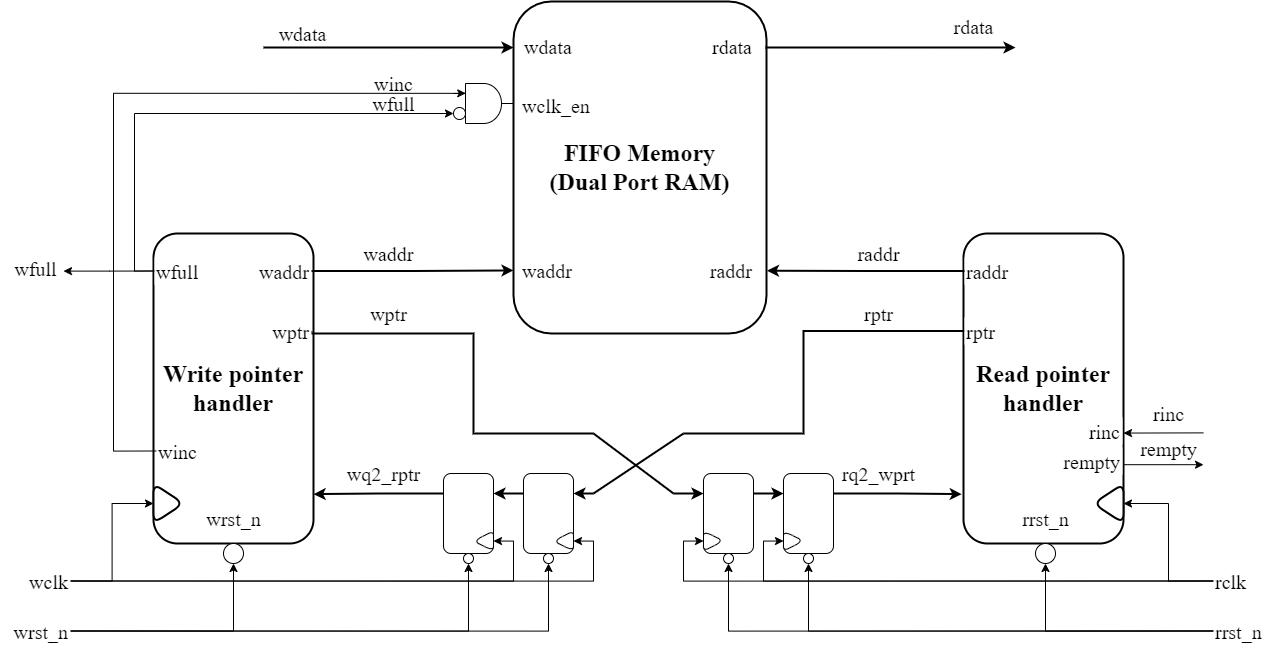
SaumyaMohapatra/Async_FIFO_Design keeps this draw.io diagram as Assets/Async_FIFO.png. Above is the earlier version. Source tidied: cells renumbered, new cells last; positions are measured from the earlier drawing's top-left corner, leaving out a move shared by most shapes.
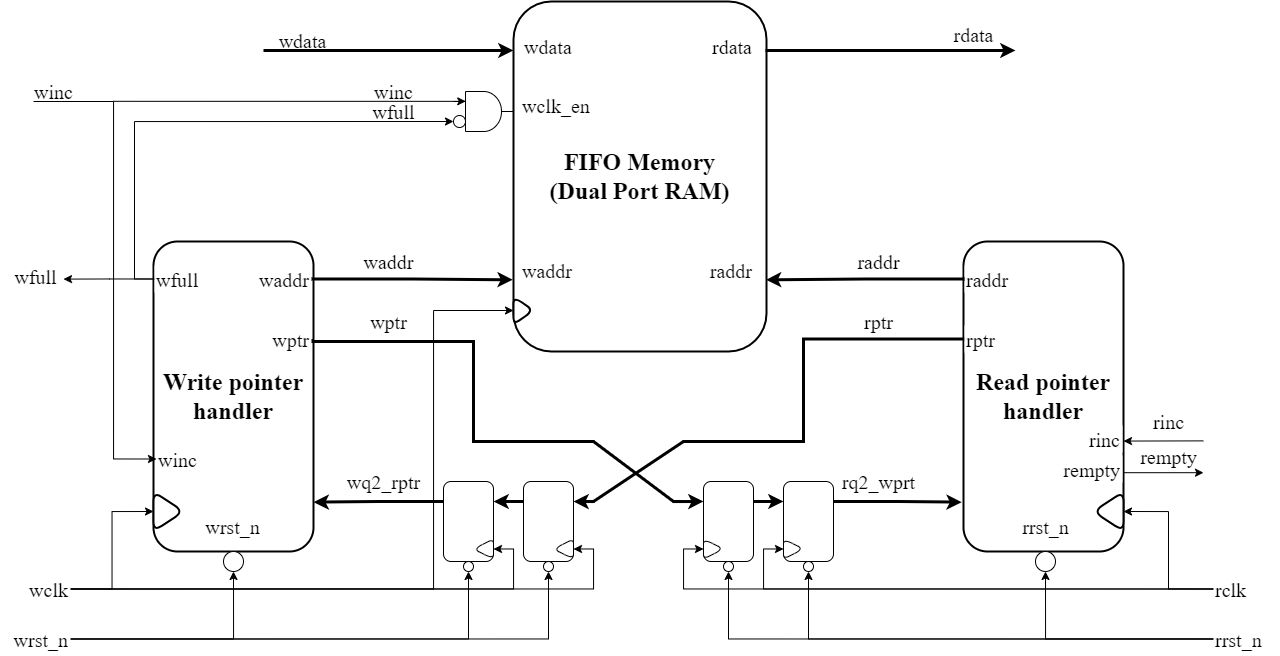
The same diagram one commit later.

Change to the diagram source:
```diff
@@ -6,10 +6,10 @@
       <mxGeometry x="963" y="232" width="160" height="310" as="geometry" />
     </mxCell>
     <mxCell id="3" style="group;" parent="1" vertex="1">
-      <mxGeometry x="513" width="253" height="332" as="geometry" />
+      <mxGeometry x="513" y="-8" width="253" height="350" as="geometry" />
     </mxCell>
     <mxCell id="4" value="FIFO Memory&lt;div&gt;(Dual Port RAM)&lt;/div&gt;" style="rounded=1;whiteSpace=wrap;html=1;fontFamily=Times New Roman;fontSize=24;fontStyle=1;strokeWidth=2;" parent="3" vertex="1">
-      <mxGeometry width="253" height="332" as="geometry" />
+      <mxGeometry width="253" height="350" as="geometry" />
     </mxCell>
     <mxCell id="5" value="wdata" style="rounded=1;whiteSpace=wrap;html=1;strokeColor=none;align=left;verticalAlign=middle;fontFamily=Times New Roman;fontSize=20;fontColor=default;fillColor=default;strokeWidth=0;" parent="3" vertex="1">
       <mxGeometry x="9" y="27" width="67" height="35" as="geometry" />
@@ -26,16 +26,16 @@
     <mxCell id="9" value="raddr" style="rounded=1;whiteSpace=wrap;html=1;strokeColor=none;align=right;verticalAlign=middle;fontFamily=Times New Roman;fontSize=20;fontColor=default;fillColor=default;strokeWidth=0;" parent="3" vertex="1">
       <mxGeometry x="174" y="251" width="67" height="35" as="geometry" />
     </mxCell>
+    <mxCell id="93" style="triangle;whiteSpace=wrap;html=1;rounded=1;strokeColor=default;align=center;verticalAlign=middle;fontFamily=Times New Roman;fontSize=12;fontColor=default;fillColor=default;rotation=0;strokeWidth=2;" parent="3" vertex="1">
+      <mxGeometry y="295" width="20" height="28" as="geometry" />
+    </mxCell>
     <mxCell id="10" style="triangle;whiteSpace=wrap;html=1;rounded=1;strokeColor=default;align=center;verticalAlign=middle;fontFamily=Times New Roman;fontSize=12;fontColor=default;fillColor=default;rotation=-180;strokeWidth=2;" parent="1" vertex="1">
       <mxGeometry x="1093" y="482" width="30" height="40" as="geometry" />
     </mxCell>
     <mxCell id="11" value="raddr" style="rounded=1;whiteSpace=wrap;html=1;strokeColor=none;align=left;verticalAlign=middle;fontFamily=Times New Roman;fontSize=20;fontColor=default;fillColor=default;strokeWidth=0;" parent="1" vertex="1">
       <mxGeometry x="964" y="252" width="67" height="35" as="geometry" />
     </mxCell>
-    <mxCell id="12" style="edgeStyle=orthogonalEdgeStyle;rounded=0;jettySize=auto;html=1;exitX=0;exitY=0.5;exitDx=0;exitDy=0;entryX=1.002;entryY=0.811;entryDx=0;entryDy=0;entryPerimeter=0;fontFamily=Times New Roman;fontSize=12;fontColor=default;endSize=6;strokeWidth=2;" parent="1" edge="1" source="11" target="4">
-      <mxGeometry relative="1" as="geometry" />
-    </mxCell>
-    <mxCell id="13" style="edgeStyle=orthogonalEdgeStyle;rounded=0;jettySize=auto;html=1;exitX=0;exitY=0.5;exitDx=0;exitDy=0;fontFamily=Times New Roman;fontSize=12;fontColor=default;endArrow=none;endFill=0;strokeWidth=2;" parent="1" edge="1" source="14">
+    <mxCell id="13" style="edgeStyle=orthogonalEdgeStyle;rounded=0;jettySize=auto;html=1;exitX=0;exitY=0.5;exitDx=0;exitDy=0;fontFamily=Times New Roman;fontSize=12;fontColor=default;endArrow=none;endFill=0;strokeWidth=3;" parent="1" edge="1" source="14">
       <mxGeometry relative="1" as="geometry">
         <mxPoint x="683" y="432" as="targetPoint" />
         <Array as="points">
@@ -68,7 +68,7 @@
     <mxCell id="21" style="group;" parent="17" vertex="1">
       <mxGeometry x="80" width="50" height="80" as="geometry" />
     </mxCell>
-    <mxCell id="22" style="edgeStyle=orthogonalEdgeStyle;rounded=0;jettySize=auto;html=1;exitX=1;exitY=0.25;exitDx=0;exitDy=0;fontFamily=Times New Roman;fontSize=12;fontColor=default;endArrow=none;endFill=0;startArrow=classic;startFill=1;strokeWidth=2;" parent="21" edge="1" source="23">
+    <mxCell id="22" style="edgeStyle=orthogonalEdgeStyle;rounded=0;jettySize=auto;html=1;exitX=1;exitY=0.25;exitDx=0;exitDy=0;fontFamily=Times New Roman;fontSize=12;fontColor=default;endArrow=none;endFill=0;startArrow=classic;startFill=1;strokeWidth=3;" parent="21" edge="1" source="23">
       <mxGeometry relative="1" as="geometry">
         <mxPoint x="70" y="19.7" as="targetPoint" />
       </mxGeometry>
@@ -79,7 +79,7 @@
     <mxCell id="24" style="triangle;whiteSpace=wrap;html=1;rounded=1;strokeColor=default;align=center;verticalAlign=middle;fontFamily=Times New Roman;fontSize=12;fontColor=default;fillColor=default;rotation=-180;" parent="21" vertex="1">
       <mxGeometry x="30" y="57.5" width="20" height="20" as="geometry" />
     </mxCell>
-    <mxCell id="25" style="edgeStyle=orthogonalEdgeStyle;rounded=0;jettySize=auto;html=1;exitX=0;exitY=0.25;exitDx=0;exitDy=0;entryX=1;entryY=0.25;entryDx=0;entryDy=0;fontFamily=Times New Roman;fontSize=12;fontColor=default;strokeWidth=2;" parent="17" edge="1" source="23" target="19">
+    <mxCell id="25" style="edgeStyle=orthogonalEdgeStyle;rounded=0;jettySize=auto;html=1;exitX=0;exitY=0.25;exitDx=0;exitDy=0;entryX=1;entryY=0.25;entryDx=0;entryDy=0;fontFamily=Times New Roman;fontSize=12;fontColor=default;strokeWidth=3;" parent="17" edge="1" source="23" target="19">
       <mxGeometry relative="1" as="geometry" />
     </mxCell>
     <mxCell id="26" style="ellipse;whiteSpace=wrap;html=1;rounded=1;strokeColor=default;align=center;verticalAlign=middle;fontFamily=Times New Roman;fontSize=12;fontColor=default;fillColor=default;" parent="17" vertex="1">
@@ -94,7 +94,7 @@
     <mxCell id="29" style="group;" parent="28" vertex="1">
       <mxGeometry width="50" height="80" as="geometry" />
     </mxCell>
-    <mxCell id="30" style="edgeStyle=orthogonalEdgeStyle;rounded=0;jettySize=auto;html=1;exitX=0;exitY=0.25;exitDx=0;exitDy=0;fontFamily=Times New Roman;fontSize=12;fontColor=default;startArrow=classic;startFill=1;endArrow=none;endFill=0;strokeWidth=2;" parent="29" edge="1" source="31">
+    <mxCell id="30" style="edgeStyle=orthogonalEdgeStyle;rounded=0;jettySize=auto;html=1;exitX=0;exitY=0.25;exitDx=0;exitDy=0;fontFamily=Times New Roman;fontSize=12;fontColor=default;startArrow=classic;startFill=1;endArrow=none;endFill=0;strokeWidth=3;" parent="29" edge="1" source="31">
       <mxGeometry relative="1" as="geometry">
         <mxPoint x="-30" y="19.7" as="targetPoint" />
       </mxGeometry>
@@ -114,7 +114,7 @@
     <mxCell id="35" style="triangle;whiteSpace=wrap;html=1;rounded=1;strokeColor=default;align=center;verticalAlign=middle;fontFamily=Times New Roman;fontSize=12;fontColor=default;fillColor=default;rotation=0;" parent="33" vertex="1">
       <mxGeometry y="57.5" width="20" height="20" as="geometry" />
     </mxCell>
-    <mxCell id="36" style="edgeStyle=orthogonalEdgeStyle;rounded=0;jettySize=auto;html=1;exitX=0;exitY=0.25;exitDx=0;exitDy=0;entryX=1;entryY=0.25;entryDx=0;entryDy=0;fontFamily=Times New Roman;fontSize=12;fontColor=default;startArrow=classic;startFill=1;endArrow=none;endFill=0;strokeWidth=2;" parent="28" edge="1" source="34" target="31">
+    <mxCell id="36" style="edgeStyle=orthogonalEdgeStyle;rounded=0;jettySize=auto;html=1;exitX=0;exitY=0.25;exitDx=0;exitDy=0;entryX=1;entryY=0.25;entryDx=0;entryDy=0;fontFamily=Times New Roman;fontSize=12;fontColor=default;startArrow=classic;startFill=1;endArrow=none;endFill=0;strokeWidth=3;" parent="28" edge="1" source="34" target="31">
       <mxGeometry relative="1" as="geometry" />
     </mxCell>
     <mxCell id="37" style="ellipse;whiteSpace=wrap;html=1;rounded=1;strokeColor=default;align=center;verticalAlign=middle;fontFamily=Times New Roman;fontSize=12;fontColor=default;fillColor=default;" parent="28" vertex="1">
@@ -129,10 +129,7 @@
     <mxCell id="40" value="waddr" style="rounded=1;whiteSpace=wrap;html=1;strokeColor=none;align=right;verticalAlign=middle;fontFamily=Times New Roman;fontSize=20;fontColor=default;fillColor=default;strokeWidth=0;" parent="1" vertex="1">
       <mxGeometry x="244" y="252" width="67" height="35" as="geometry" />
     </mxCell>
-    <mxCell id="41" style="edgeStyle=orthogonalEdgeStyle;rounded=0;jettySize=auto;html=1;exitX=1;exitY=0.5;exitDx=0;exitDy=0;entryX=0;entryY=0.81;entryDx=0;entryDy=0;entryPerimeter=0;fontFamily=Times New Roman;fontSize=12;fontColor=default;strokeWidth=2;" parent="1" edge="1" source="40" target="4">
-      <mxGeometry relative="1" as="geometry" />
-    </mxCell>
-    <mxCell id="42" style="edgeStyle=orthogonalEdgeStyle;rounded=0;jettySize=auto;html=1;exitX=1;exitY=0.5;exitDx=0;exitDy=0;fontFamily=Times New Roman;fontSize=12;fontColor=default;endArrow=none;endFill=0;strokeWidth=2;" parent="1" edge="1" source="43">
+    <mxCell id="42" style="edgeStyle=orthogonalEdgeStyle;rounded=0;jettySize=auto;html=1;exitX=1;exitY=0.5;exitDx=0;exitDy=0;fontFamily=Times New Roman;fontSize=12;fontColor=default;endArrow=none;endFill=0;strokeWidth=3;" parent="1" edge="1" source="43">
       <mxGeometry relative="1" as="geometry">
         <mxPoint x="593" y="432" as="targetPoint" />
         <Array as="points">
@@ -151,22 +148,22 @@
     <mxCell id="45" style="ellipse;whiteSpace=wrap;html=1;rounded=1;strokeColor=default;align=center;verticalAlign=middle;fontFamily=Times New Roman;fontSize=12;fontColor=default;fillColor=default;" parent="1" vertex="1">
       <mxGeometry x="453" y="106" width="12" height="12" as="geometry" />
     </mxCell>
-    <mxCell id="46" style="endArrow=none;html=1;rounded=0;fontFamily=Times New Roman;fontSize=12;fontColor=default;strokeWidth=2;" parent="1" edge="1">
+    <mxCell id="46" style="endArrow=none;html=1;rounded=0;fontFamily=Times New Roman;fontSize=12;fontColor=default;strokeWidth=3;" parent="1" edge="1">
       <mxGeometry relative="1" as="geometry">
         <mxPoint x="673" y="492" as="sourcePoint" />
         <mxPoint x="593" y="432" as="targetPoint" />
       </mxGeometry>
     </mxCell>
-    <mxCell id="47" style="endArrow=none;html=1;rounded=0;fontFamily=Times New Roman;fontSize=12;fontColor=default;strokeWidth=2;" parent="1" edge="1">
+    <mxCell id="47" style="endArrow=none;html=1;rounded=0;fontFamily=Times New Roman;fontSize=12;fontColor=default;strokeWidth=3;" parent="1" edge="1">
       <mxGeometry relative="1" as="geometry">
         <mxPoint x="593" y="492" as="sourcePoint" />
         <mxPoint x="683" y="432" as="targetPoint" />
       </mxGeometry>
     </mxCell>
-    <mxCell id="48" style="edgeStyle=orthogonalEdgeStyle;rounded=0;jettySize=auto;html=1;exitX=0;exitY=0.25;exitDx=0;exitDy=0;entryX=1.001;entryY=0.841;entryDx=0;entryDy=0;entryPerimeter=0;fontFamily=Times New Roman;fontSize=12;fontColor=default;strokeWidth=2;" parent="1" edge="1" source="19" target="39">
+    <mxCell id="48" style="edgeStyle=orthogonalEdgeStyle;rounded=0;jettySize=auto;html=1;exitX=0;exitY=0.25;exitDx=0;exitDy=0;entryX=1.001;entryY=0.841;entryDx=0;entryDy=0;entryPerimeter=0;fontFamily=Times New Roman;fontSize=12;fontColor=default;strokeWidth=3;" parent="1" edge="1" source="19" target="39">
       <mxGeometry relative="1" as="geometry" />
     </mxCell>
-    <mxCell id="49" style="edgeStyle=orthogonalEdgeStyle;rounded=0;jettySize=auto;html=1;exitX=1;exitY=0.25;exitDx=0;exitDy=0;entryX=-0.011;entryY=0.841;entryDx=0;entryDy=0;entryPerimeter=0;fontFamily=Times New Roman;fontSize=12;fontColor=default;strokeWidth=2;" parent="1" edge="1" source="34" target="2">
+    <mxCell id="49" style="edgeStyle=orthogonalEdgeStyle;rounded=0;jettySize=auto;html=1;exitX=1;exitY=0.25;exitDx=0;exitDy=0;entryX=-0.011;entryY=0.841;entryDx=0;entryDy=0;entryPerimeter=0;fontFamily=Times New Roman;fontSize=12;fontColor=default;strokeWidth=3;" parent="1" edge="1" source="34" target="2">
       <mxGeometry relative="1" as="geometry" />
     </mxCell>
     <mxCell id="50" style="ellipse;whiteSpace=wrap;html=1;rounded=1;strokeColor=default;align=center;verticalAlign=middle;fontFamily=Times New Roman;fontSize=12;fontColor=default;fillColor=default;" parent="1" vertex="1">
@@ -175,7 +172,7 @@
     <mxCell id="51" style="ellipse;whiteSpace=wrap;html=1;rounded=1;strokeColor=default;align=center;verticalAlign=middle;fontFamily=Times New Roman;fontSize=12;fontColor=default;fillColor=default;" parent="1" vertex="1">
       <mxGeometry x="1035" y="542" width="20" height="20" as="geometry" />
     </mxCell>
-    <mxCell id="52" style="edgeStyle=orthogonalEdgeStyle;rounded=0;jettySize=auto;html=1;exitX=0;exitY=0.5;exitDx=0;exitDy=0;fontFamily=Times New Roman;fontSize=12;fontColor=default;entryX=0.204;entryY=0.246;entryDx=0;entryDy=0;entryPerimeter=0;" parent="1" edge="1" source="53" target="44">
+    <mxCell id="52" style="edgeStyle=orthogonalEdgeStyle;rounded=0;jettySize=auto;html=1;exitX=0;exitY=0.5;exitDx=0;exitDy=0;fontFamily=Times New Roman;fontSize=12;fontColor=default;entryX=0.204;entryY=0.246;entryDx=0;entryDy=0;entryPerimeter=0;startArrow=classic;startFill=1;" parent="1" edge="1" source="53" target="44">
       <mxGeometry relative="1" as="geometry">
         <Array as="points">
           <mxPoint x="113" y="450" />
@@ -215,6 +212,14 @@
     <mxCell id="62" style="edgeStyle=orthogonalEdgeStyle;rounded=0;jettySize=auto;html=1;exitX=1;exitY=0.5;exitDx=0;exitDy=0;entryX=0;entryY=0.5;entryDx=0;entryDy=0;fontFamily=Times New Roman;fontSize=12;fontColor=default;" parent="1" edge="1" source="63" target="24">
       <mxGeometry relative="1" as="geometry" />
     </mxCell>
+    <mxCell id="94" style="edgeStyle=orthogonalEdgeStyle;rounded=0;jettySize=auto;html=1;exitX=1;exitY=0.5;exitDx=0;exitDy=0;entryX=0;entryY=0.5;entryDx=0;entryDy=0;" parent="1" edge="1" source="63" target="93">
+      <mxGeometry relative="1" as="geometry">
+        <Array as="points">
+          <mxPoint x="433" y="579" />
+          <mxPoint x="433" y="301" />
+        </Array>
+      </mxGeometry>
+    </mxCell>
     <mxCell id="63" value="wclk" style="rounded=1;whiteSpace=wrap;html=1;strokeColor=none;align=right;verticalAlign=middle;fontFamily=Times New Roman;fontSize=20;fontColor=default;fillColor=default;strokeWidth=0;" parent="1" vertex="1">
       <mxGeometry x="3" y="562" width="67" height="35" as="geometry" />
     </mxCell>
@@ -254,20 +259,20 @@
     <mxCell id="75" value="rrst_n" style="rounded=1;whiteSpace=wrap;html=1;strokeColor=none;align=left;verticalAlign=middle;fontFamily=Times New Roman;fontSize=20;fontColor=default;fillColor=default;strokeWidth=0;" parent="1" vertex="1">
       <mxGeometry x="1213" y="612" width="67" height="35" as="geometry" />
     </mxCell>
-    <mxCell id="76" style="endArrow=classic;html=1;rounded=0;fontFamily=Times New Roman;fontSize=12;fontColor=default;strokeWidth=2;" parent="1" edge="1">
+    <mxCell id="76" style="endArrow=classic;html=1;rounded=0;fontFamily=Times New Roman;fontSize=12;fontColor=default;strokeWidth=3;" parent="1" edge="1">
       <mxGeometry relative="1" as="geometry">
-        <mxPoint x="263" y="46" as="sourcePoint" />
-        <mxPoint x="513" y="46" as="targetPoint" />
+        <mxPoint x="263" y="41" as="sourcePoint" />
+        <mxPoint x="513" y="41" as="targetPoint" />
       </mxGeometry>
     </mxCell>
-    <mxCell id="77" style="endArrow=classic;html=1;rounded=0;fontFamily=Times New Roman;fontSize=12;fontColor=default;strokeWidth=2;" parent="1" edge="1">
+    <mxCell id="77" style="endArrow=classic;html=1;rounded=0;fontFamily=Times New Roman;fontSize=12;fontColor=default;strokeWidth=3;" parent="1" edge="1">
       <mxGeometry relative="1" as="geometry">
-        <mxPoint x="765" y="46" as="sourcePoint" />
-        <mxPoint x="1015" y="46" as="targetPoint" />
+        <mxPoint x="765" y="41" as="sourcePoint" />
+        <mxPoint x="1015" y="41" as="targetPoint" />
       </mxGeometry>
     </mxCell>
     <mxCell id="78" value="&lt;font style=&quot;font-size: 20px;&quot;&gt;wdata&lt;/font&gt;" style="text;html=1;align=center;verticalAlign=middle;strokeColor=none;fillColor=none;fontFamily=Times New Roman;fontSize=12;fontColor=default;" parent="1" vertex="1">
-      <mxGeometry x="266.5" y="12" width="70" height="40" as="geometry" />
+      <mxGeometry x="266.5" y="11" width="70" height="40" as="geometry" />
     </mxCell>
     <mxCell id="79" value="&lt;font style=&quot;font-size: 20px;&quot;&gt;rdata&lt;/font&gt;" style="text;html=1;align=center;verticalAlign=middle;strokeColor=none;fillColor=none;fontFamily=Times New Roman;fontSize=12;fontColor=default;" parent="1" vertex="1">
       <mxGeometry x="943" y="5" width="60" height="40" as="geometry" />
@@ -317,5 +322,44 @@
     <mxCell id="92" value="&lt;font style=&quot;font-size: 20px;&quot;&gt;rempty&lt;/font&gt;" style="text;html=1;align=center;verticalAlign=middle;strokeColor=none;fillColor=none;fontFamily=Times New Roman;fontSize=12;fontColor=default;" parent="1" vertex="1">
       <mxGeometry x="1128" y="427" width="80" height="40" as="geometry" />
     </mxCell>
+    <mxCell id="95" style="endArrow=none;html=1;rounded=0;" parent="1" edge="1">
+      <mxGeometry relative="1" as="geometry">
+        <mxPoint x="33" y="92" as="sourcePoint" />
+        <mxPoint x="113" y="92" as="targetPoint" />
+      </mxGeometry>
+    </mxCell>
+    <mxCell id="96" value="&lt;font style=&quot;font-size: 20px;&quot;&gt;winc&lt;/font&gt;" style="text;html=1;align=center;verticalAlign=middle;strokeColor=none;fillColor=none;fontFamily=Times New Roman;fontSize=12;fontColor=default;" parent="1" vertex="1">
+      <mxGeometry x="23" y="62" width="60" height="40" as="geometry" />
+    </mxCell>
+    <mxCell id="41" style="edgeStyle=orthogonalEdgeStyle;rounded=0;jettySize=auto;html=1;entryX=-0.003;entryY=0.795;entryDx=0;entryDy=0;entryPerimeter=0;strokeWidth=3;" parent="1" edge="1" source="40" target="4">
+      <mxGeometry relative="1" as="geometry" />
+    </mxCell>
+    <mxCell id="12" style="edgeStyle=orthogonalEdgeStyle;rounded=0;jettySize=auto;html=1;exitX=0;exitY=0.5;exitDx=0;exitDy=0;entryX=0.998;entryY=0.795;entryDx=0;entryDy=0;entryPerimeter=0;strokeWidth=3;" parent="1" edge="1" source="11" target="4">
+      <mxGeometry relative="1" as="geometry" />
+    </mxCell>
+    <mxCell id="97" style="endArrow=none;html=1;rounded=0;strokeWidth=3;" parent="1" edge="1">
+      <mxGeometry relative="1" as="geometry">
+        <mxPoint x="692" y="432" as="sourcePoint" />
+        <mxPoint x="682" y="432" as="targetPoint" />
+      </mxGeometry>
+    </mxCell>
+    <mxCell id="98" style="endArrow=none;html=1;rounded=0;strokeWidth=3;" parent="1" edge="1">
+      <mxGeometry relative="1" as="geometry">
+        <mxPoint x="594" y="432" as="sourcePoint" />
+        <mxPoint x="584" y="432" as="targetPoint" />
+      </mxGeometry>
+    </mxCell>
+    <mxCell id="99" style="endArrow=none;html=1;rounded=0;strokeWidth=3;" parent="1" edge="1">
+      <mxGeometry relative="1" as="geometry">
+        <mxPoint x="594" y="492" as="sourcePoint" />
+        <mxPoint x="584" y="492" as="targetPoint" />
+      </mxGeometry>
+    </mxCell>
+    <mxCell id="100" style="endArrow=none;html=1;rounded=0;strokeWidth=3;" parent="1" edge="1">
+      <mxGeometry relative="1" as="geometry">
+        <mxPoint x="682" y="492" as="sourcePoint" />
+        <mxPoint x="672" y="492" as="targetPoint" />
+      </mxGeometry>
+    </mxCell>
   </root>
 </mxGraphModel>
```
